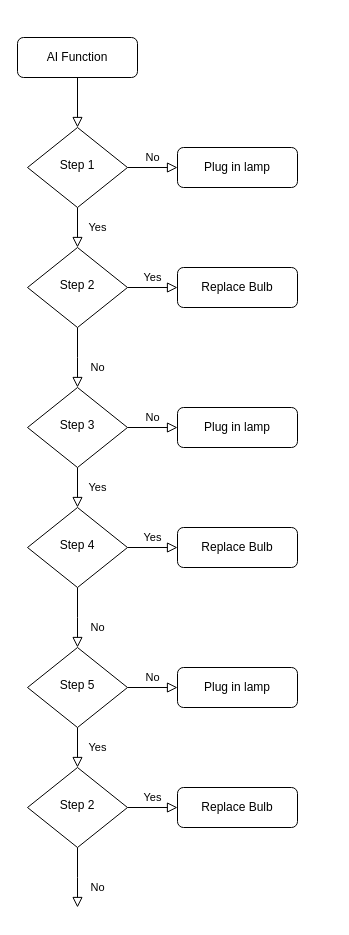
The draw.io diagram page "Page-1" (1 of 5) of mastermind_final.drawio in kmai3/Mastermind-Project, before the edit. Source tidied: cells renumbered, new cells numbered last; positions are measured from the earlier drawing's top-left corner, leaving out a move shared by most shapes. Both pictures are drawn from the tidied source at 100%, with x=0, y=0 at pixel (17, 37).
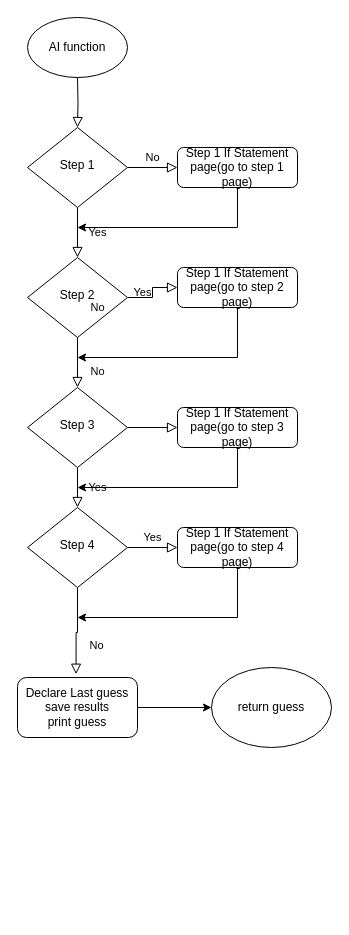
The same diagram, later.

The change refers to these unchanged cells:
```xml
<mxCell id="6" value="Step 1" style="rhombus;whiteSpace=wrap;html=1;shadow=0;fontFamily=Helvetica;fontSize=12;align=center;strokeWidth=1;spacing=6;spacingTop=-4;" parent="1" vertex="1">
  <mxGeometry x="10" y="90" width="100" height="80" as="geometry" />
</mxCell>
<mxCell id="14" value="Step 3" style="rhombus;whiteSpace=wrap;html=1;shadow=0;fontFamily=Helvetica;fontSize=12;align=center;strokeWidth=1;spacing=6;spacingTop=-4;" parent="1" vertex="1">
  <mxGeometry x="10" y="350" width="100" height="80" as="geometry" />
</mxCell>
<mxCell id="18" value="Step 4" style="rhombus;whiteSpace=wrap;html=1;shadow=0;fontFamily=Helvetica;fontSize=12;align=center;strokeWidth=1;spacing=6;spacingTop=-4;" parent="1" vertex="1">
  <mxGeometry x="10" y="470" width="100" height="80" as="geometry" />
</mxCell>
```

What changed in the source:
```diff
@@
-    <mxCell id="2" style="rounded=0;html=1;jettySize=auto;fontSize=11;endArrow=block;endFill=0;endSize=8;strokeWidth=1;shadow=0;labelBackgroundColor=none;edgeStyle=orthogonalEdgeStyle;" parent="1" edge="1" source="3" target="6">
-      <mxGeometry relative="1" as="geometry" />
+    <mxCell id="2" style="rounded=0;html=1;jettySize=auto;fontSize=11;endArrow=block;endFill=0;endSize=8;strokeWidth=1;shadow=0;labelBackgroundColor=none;edgeStyle=orthogonalEdgeStyle;" parent="1" edge="1" target="6">
+      <mxGeometry relative="1" as="geometry">
+        <mxPoint x="60" y="40" as="sourcePoint" />
+      </mxGeometry>
     </mxCell>
-    <mxCell id="3" value="AI Function" style="rounded=1;whiteSpace=wrap;html=1;fontSize=12;glass=0;strokeWidth=1;shadow=0;" parent="1" vertex="1">
-      <mxGeometry width="120" height="40" as="geometry" />
-    </mxCell>
@@
+    <mxCell id="28" style="edgeStyle=orthogonalEdgeStyle;rounded=0;jettySize=auto;html=1;exitX=0.5;exitY=1;exitDx=0;exitDy=0;" parent="1" edge="1" source="7">
+      <mxGeometry relative="1" as="geometry">
+        <mxPoint x="60" y="190" as="targetPoint" />
+        <Array as="points">
+          <mxPoint x="220" y="190" />
+        </Array>
+      </mxGeometry>
+    </mxCell>
-    <mxCell id="7" value="Plug in lamp" style="rounded=1;whiteSpace=wrap;html=1;fontSize=12;glass=0;strokeWidth=1;shadow=0;" parent="1" vertex="1">
+    <mxCell id="7" value="Step 1 If Statement&lt;br&gt;page(go to step 1 page)" style="rounded=1;whiteSpace=wrap;html=1;fontSize=12;glass=0;strokeWidth=1;shadow=0;" parent="1" vertex="1">
       <mxGeometry x="160" y="110" width="120" height="40" as="geometry" />
     </mxCell>
@@
     <mxCell id="10" value="Step 2" style="rhombus;whiteSpace=wrap;html=1;shadow=0;fontFamily=Helvetica;fontSize=12;align=center;strokeWidth=1;spacing=6;spacingTop=-4;" parent="1" vertex="1">
-      <mxGeometry x="10" y="210" width="100" height="80" as="geometry" />
+      <mxGeometry x="10" y="220" width="100" height="80" as="geometry" />
     </mxCell>
+    <mxCell id="29" style="edgeStyle=orthogonalEdgeStyle;rounded=0;jettySize=auto;html=1;exitX=0.5;exitY=1;exitDx=0;exitDy=0;" parent="1" edge="1" source="11">
+      <mxGeometry relative="1" as="geometry">
+        <mxPoint x="60" y="320" as="targetPoint" />
+        <Array as="points">
+          <mxPoint x="220" y="320" />
+        </Array>
+      </mxGeometry>
+    </mxCell>
-    <mxCell id="11" value="Replace Bulb" style="rounded=1;whiteSpace=wrap;html=1;fontSize=12;glass=0;strokeWidth=1;shadow=0;" parent="1" vertex="1">
+    <mxCell id="11" value="Step 1 If Statement&lt;br&gt;page(go to step 2 page)" style="rounded=1;whiteSpace=wrap;html=1;fontSize=12;glass=0;strokeWidth=1;shadow=0;" parent="1" vertex="1">
       <mxGeometry x="160" y="230" width="120" height="40" as="geometry" />
     </mxCell>
@@
     <mxCell id="13" value="No" style="edgeStyle=orthogonalEdgeStyle;rounded=0;html=1;jettySize=auto;fontSize=11;endArrow=block;endFill=0;endSize=8;strokeWidth=1;shadow=0;labelBackgroundColor=none;" parent="1" edge="1" source="14" target="15">
-      <mxGeometry y="10" relative="1" as="geometry" />
+      <mxGeometry x="-1" y="124" relative="1" as="geometry">
+        <mxPoint x="-30" y="4" as="offset" />
+      </mxGeometry>
     </mxCell>
@@
+    <mxCell id="30" style="edgeStyle=orthogonalEdgeStyle;rounded=0;jettySize=auto;html=1;exitX=0.5;exitY=1;exitDx=0;exitDy=0;" parent="1" edge="1" source="15">
+      <mxGeometry relative="1" as="geometry">
+        <mxPoint x="60" y="450" as="targetPoint" />
+        <Array as="points">
+          <mxPoint x="220" y="450" />
+        </Array>
+      </mxGeometry>
+    </mxCell>
-    <mxCell id="15" value="Plug in lamp" style="rounded=1;whiteSpace=wrap;html=1;fontSize=12;glass=0;strokeWidth=1;shadow=0;" parent="1" vertex="1">
+    <mxCell id="15" value="Step 1 If Statement&lt;br&gt;page(go to step 3 page)" style="rounded=1;whiteSpace=wrap;html=1;fontSize=12;glass=0;strokeWidth=1;shadow=0;" parent="1" vertex="1">
       <mxGeometry x="160" y="370" width="120" height="40" as="geometry" />
     </mxCell>
-    <mxCell id="16" value="No" style="rounded=0;html=1;jettySize=auto;fontSize=11;endArrow=block;endFill=0;endSize=8;strokeWidth=1;shadow=0;labelBackgroundColor=none;edgeStyle=orthogonalEdgeStyle;" parent="1" edge="1" source="18">
-      <mxGeometry x="0.33" y="20" relative="1" as="geometry">
-        <mxPoint x="60" y="610" as="targetPoint" />
-      </mxGeometry>
+    <mxCell id="16" value="No" style="rounded=0;html=1;jettySize=auto;fontSize=11;endArrow=block;endFill=0;endSize=8;strokeWidth=1;shadow=0;labelBackgroundColor=none;edgeStyle=orthogonalEdgeStyle;entryX=0.488;entryY=-0.055;entryDx=0;entryDy=0;entryPerimeter=0;" parent="1" edge="1" source="18" target="34">
+      <mxGeometry x="0.33" y="20" relative="1" as="geometry" />
     </mxCell>
@@
+    <mxCell id="31" style="edgeStyle=orthogonalEdgeStyle;rounded=0;jettySize=auto;html=1;exitX=0.5;exitY=1;exitDx=0;exitDy=0;" parent="1" edge="1" source="19">
+      <mxGeometry relative="1" as="geometry">
+        <mxPoint x="60" y="580" as="targetPoint" />
+        <Array as="points">
+          <mxPoint x="220" y="580" />
+        </Array>
+      </mxGeometry>
+    </mxCell>
-    <mxCell id="19" value="Replace Bulb" style="rounded=1;whiteSpace=wrap;html=1;fontSize=12;glass=0;strokeWidth=1;shadow=0;" parent="1" vertex="1">
+    <mxCell id="19" value="Step 1 If Statement&lt;br&gt;page(go to step 4 page)" style="rounded=1;whiteSpace=wrap;html=1;fontSize=12;glass=0;strokeWidth=1;shadow=0;" parent="1" vertex="1">
       <mxGeometry x="160" y="490" width="120" height="40" as="geometry" />
     </mxCell>
-    <mxCell id="20" value="Yes" style="rounded=0;html=1;jettySize=auto;fontSize=11;endArrow=block;endFill=0;endSize=8;strokeWidth=1;shadow=0;labelBackgroundColor=none;edgeStyle=orthogonalEdgeStyle;" parent="1" edge="1" source="22" target="26">
-      <mxGeometry y="20" relative="1" as="geometry" />
-    </mxCell>
-    <mxCell id="21" value="No" style="edgeStyle=orthogonalEdgeStyle;rounded=0;html=1;jettySize=auto;fontSize=11;endArrow=block;endFill=0;endSize=8;strokeWidth=1;shadow=0;labelBackgroundColor=none;" parent="1" edge="1" source="22" target="23">
-      <mxGeometry y="10" relative="1" as="geometry" />
-    </mxCell>
-    <mxCell id="22" value="Step 5" style="rhombus;whiteSpace=wrap;html=1;shadow=0;fontFamily=Helvetica;fontSize=12;align=center;strokeWidth=1;spacing=6;spacingTop=-4;" parent="1" vertex="1">
-      <mxGeometry x="10" y="610" width="100" height="80" as="geometry" />
-    </mxCell>
-    <mxCell id="23" value="Plug in lamp" style="rounded=1;whiteSpace=wrap;html=1;fontSize=12;glass=0;strokeWidth=1;shadow=0;" parent="1" vertex="1">
-      <mxGeometry x="160" y="630" width="120" height="40" as="geometry" />
-    </mxCell>
-    <mxCell id="24" value="No" style="rounded=0;html=1;jettySize=auto;fontSize=11;endArrow=block;endFill=0;endSize=8;strokeWidth=1;shadow=0;labelBackgroundColor=none;edgeStyle=orthogonalEdgeStyle;" parent="1" edge="1" source="26">
-      <mxGeometry x="0.33" y="20" relative="1" as="geometry">
-        <mxPoint x="60" y="870" as="targetPoint" />
-      </mxGeometry>
-    </mxCell>
-    <mxCell id="25" value="Yes" style="edgeStyle=orthogonalEdgeStyle;rounded=0;html=1;jettySize=auto;fontSize=11;endArrow=block;endFill=0;endSize=8;strokeWidth=1;shadow=0;labelBackgroundColor=none;" parent="1" edge="1" source="26" target="27">
-      <mxGeometry y="10" relative="1" as="geometry" />
-    </mxCell>
-    <mxCell id="26" value="Step 2" style="rhombus;whiteSpace=wrap;html=1;shadow=0;fontFamily=Helvetica;fontSize=12;align=center;strokeWidth=1;spacing=6;spacingTop=-4;" parent="1" vertex="1">
-      <mxGeometry x="10" y="730" width="100" height="80" as="geometry" />
-    </mxCell>
-    <mxCell id="27" value="Replace Bulb" style="rounded=1;whiteSpace=wrap;html=1;fontSize=12;glass=0;strokeWidth=1;shadow=0;" parent="1" vertex="1">
-      <mxGeometry x="160" y="750" width="120" height="40" as="geometry" />
-    </mxCell>
+    <mxCell id="32" value="return guess" style="ellipse;whiteSpace=wrap;html=1;" parent="1" vertex="1">
+      <mxGeometry x="194" y="630" width="120" height="80" as="geometry" />
+    </mxCell>
+    <mxCell id="33" style="edgeStyle=orthogonalEdgeStyle;rounded=0;jettySize=auto;html=1;exitX=1;exitY=0.5;exitDx=0;exitDy=0;entryX=0;entryY=0.5;entryDx=0;entryDy=0;" parent="1" edge="1" source="34" target="32">
+      <mxGeometry relative="1" as="geometry" />
+    </mxCell>
+    <mxCell id="34" value="Declare Last guess&lt;br&gt;save results&lt;br&gt;print guess" style="rounded=1;whiteSpace=wrap;html=1;" parent="1" vertex="1">
+      <mxGeometry y="640" width="120" height="60" as="geometry" />
+    </mxCell>
+    <mxCell id="35" value="AI function" style="ellipse;whiteSpace=wrap;html=1;" parent="1" vertex="1">
+      <mxGeometry x="10" y="-20" width="100" height="60" as="geometry" />
+    </mxCell>
```
